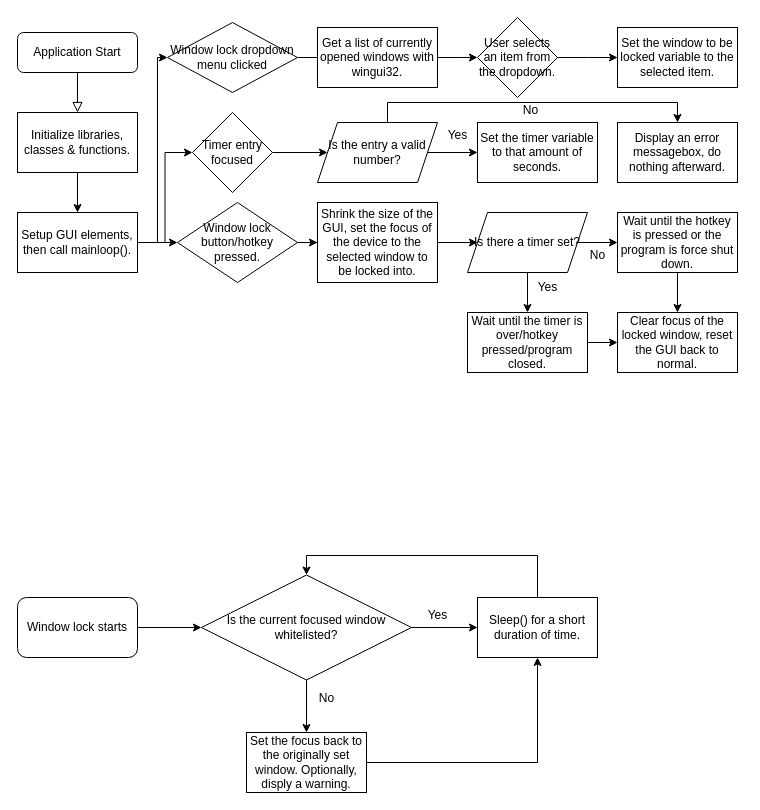
Above: 91906-907 Flowchart.drawio in OveralZ/AS916-907 (draw.io), before the change. Source tidied: cells renumbered, new cells numbered last; positions are measured from the earlier drawing's top-left corner, leaving out a move shared by most shapes. Both pictures are drawn from the tidied source at 100%, with x=0, y=0 at pixel (17, 17).
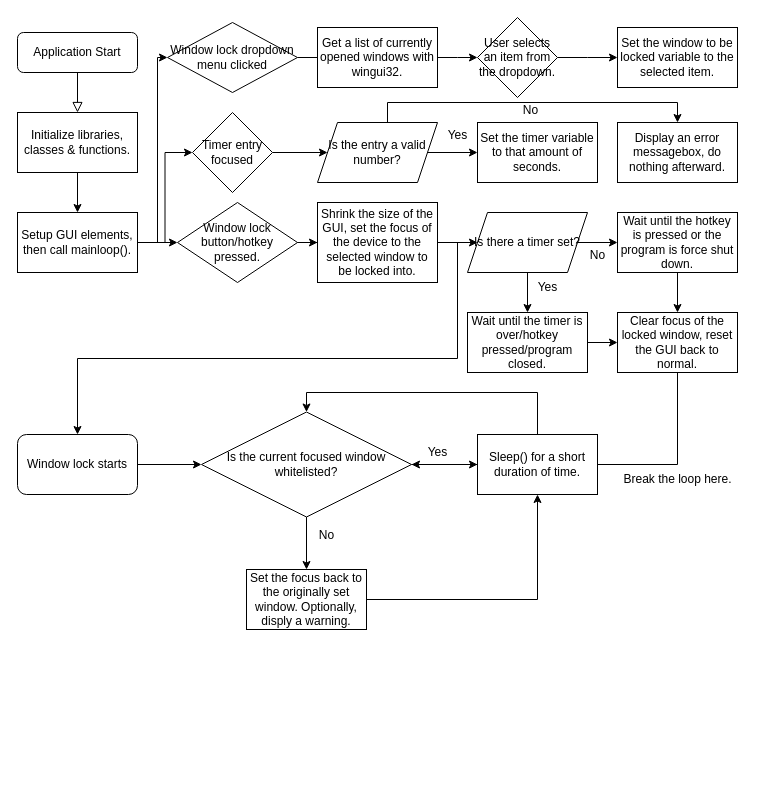
Above is the later version.

Unchanged cells that the change refers to:
```xml
<mxCell id="20" value="Shrink the size of the GUI, set the focus of the device to the selected window to be locked into." style="rounded=0;whiteSpace=wrap;html=1;" parent="1" vertex="1">
  <mxGeometry x="300" y="185" width="120" height="80" as="geometry" />
</mxCell>
<mxCell id="39" value="Clear focus of the locked window, reset the GUI back to normal." style="rounded=0;whiteSpace=wrap;html=1;" parent="1" vertex="1">
  <mxGeometry x="600" y="295" width="120" height="60" as="geometry" />
</mxCell>
```

What changed in the source:
```diff
@@
+    <mxCell id="51" style="edgeStyle=orthogonalEdgeStyle;rounded=0;jettySize=auto;html=1;exitX=1;exitY=0.5;exitDx=0;exitDy=0;entryX=0.5;entryY=0;entryDx=0;entryDy=0;" parent="1" edge="1" source="20" target="41">
+      <mxGeometry relative="1" as="geometry" />
+    </mxCell>
@@
+    <mxCell id="52" style="edgeStyle=orthogonalEdgeStyle;rounded=0;jettySize=auto;html=1;exitX=0.5;exitY=1;exitDx=0;exitDy=0;entryX=1;entryY=0.5;entryDx=0;entryDy=0;" parent="1" edge="1" source="39" target="44">
+      <mxGeometry relative="1" as="geometry" />
+    </mxCell>
@@
     <mxCell id="41" value="Window lock starts" style="rounded=1;whiteSpace=wrap;html=1;" parent="1" vertex="1">
-      <mxGeometry y="580" width="120" height="60" as="geometry" />
+      <mxGeometry y="417" width="120" height="60" as="geometry" />
     </mxCell>
@@
     <mxCell id="44" value="Is the current focused window whitelisted?" style="rhombus;whiteSpace=wrap;html=1;" parent="1" vertex="1">
-      <mxGeometry x="184" y="557.5" width="210" height="105" as="geometry" />
+      <mxGeometry x="184" y="394.5" width="210" height="105" as="geometry" />
     </mxCell>
     <mxCell id="45" style="edgeStyle=orthogonalEdgeStyle;rounded=0;jettySize=auto;html=1;entryX=0.5;entryY=0;entryDx=0;entryDy=0;" parent="1" edge="1" source="46" target="44">
       <mxGeometry relative="1" as="geometry">
         <Array as="points">
-          <mxPoint x="520" y="538" />
-          <mxPoint x="289" y="538" />
+          <mxPoint x="520" y="375" />
+          <mxPoint x="289" y="375" />
         </Array>
       </mxGeometry>
     </mxCell>
     <mxCell id="46" value="Sleep() for a short duration of time." style="rounded=0;whiteSpace=wrap;html=1;" parent="1" vertex="1">
-      <mxGeometry x="460" y="580" width="120" height="60" as="geometry" />
+      <mxGeometry x="460" y="417" width="120" height="60" as="geometry" />
     </mxCell>
     <mxCell id="47" value="Yes" style="text;html=1;align=center;verticalAlign=middle;strokeColor=none;fillColor=none;" parent="1" vertex="1">
-      <mxGeometry x="400" y="583" width="40" height="30" as="geometry" />
+      <mxGeometry x="400" y="420" width="40" height="30" as="geometry" />
     </mxCell>
@@
     <mxCell id="49" value="Set the focus back to the originally set window. Optionally, disply a warning." style="rounded=0;whiteSpace=wrap;html=1;" parent="1" vertex="1">
-      <mxGeometry x="229" y="715" width="120" height="60" as="geometry" />
+      <mxGeometry x="229" y="552" width="120" height="60" as="geometry" />
     </mxCell>
     <mxCell id="50" value="No" style="text;html=1;align=center;verticalAlign=middle;strokeColor=none;fillColor=none;" parent="1" vertex="1">
-      <mxGeometry x="289" y="665.5" width="40" height="30" as="geometry" />
+      <mxGeometry x="289" y="502.5" width="40" height="30" as="geometry" />
     </mxCell>
+    <mxCell id="53" value="Break the loop here." style="text;html=1;align=center;verticalAlign=middle;strokeColor=none;fillColor=none;" parent="1" vertex="1">
+      <mxGeometry x="595" y="447" width="130" height="30" as="geometry" />
+    </mxCell>
```
